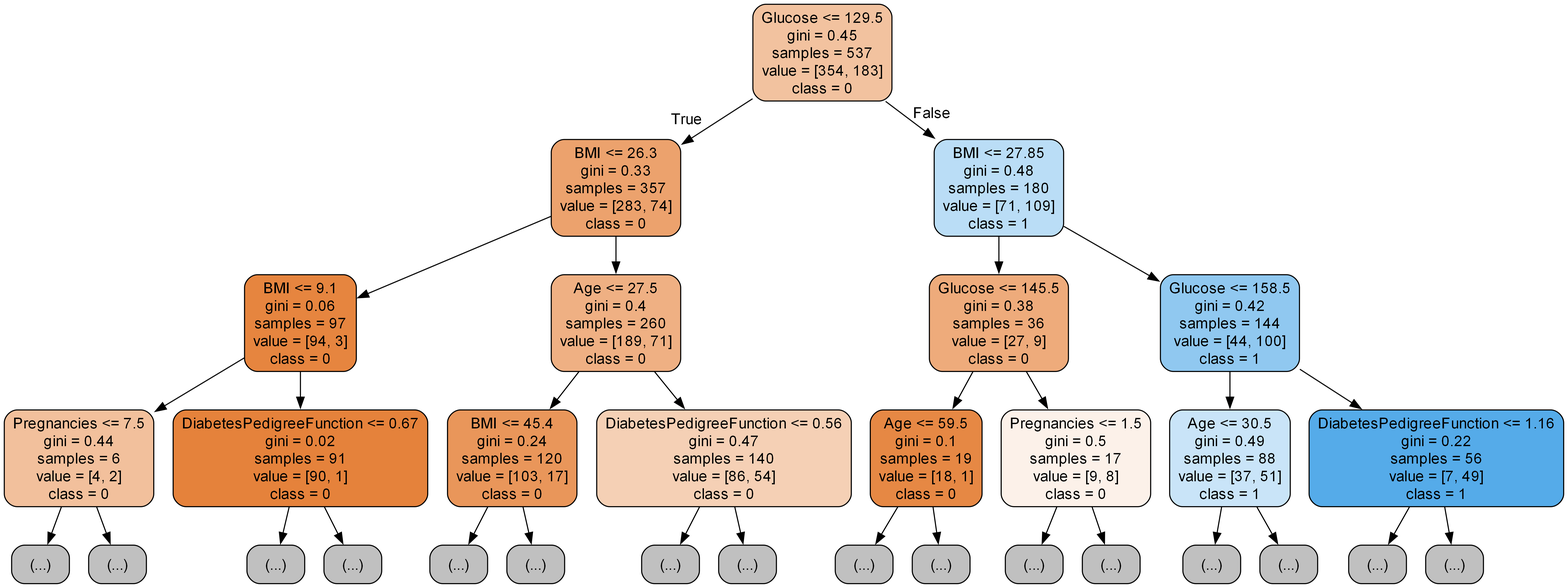
Earlier version of the Graphviz export posts/DX/04. 머신러닝/tree.png (gangcheol/mysite2). Its source is kept beside it as posts/DX/04. 머신러닝/tree.dot. Source of this version:
```dot
digraph Tree {
node [shape=box, style="filled, rounded", color="black", fontname="helvetica"] ;
edge [fontname="helvetica"] ;
0 [label="Glucose <= 129.5\ngini = 0.45\nsamples = 537\nvalue = [354, 183]\nclass = 0", fillcolor="#f2c29f"] ;
1 [label="BMI <= 26.3\ngini = 0.33\nsamples = 357\nvalue = [283, 74]\nclass = 0", fillcolor="#eca26d"] ;
0 -> 1 [labeldistance=2.5, labelangle=45, headlabel="True"] ;
2 [label="BMI <= 9.1\ngini = 0.06\nsamples = 97\nvalue = [94, 3]\nclass = 0", fillcolor="#e6853f"] ;
1 -> 2 ;
3 [label="Pregnancies <= 7.5\ngini = 0.44\nsamples = 6\nvalue = [4, 2]\nclass = 0", fillcolor="#f2c09c"] ;
2 -> 3 ;
4 [label="(...)", fillcolor="#C0C0C0"] ;
3 -> 4 ;
5 [label="(...)", fillcolor="#C0C0C0"] ;
3 -> 5 ;
6 [label="DiabetesPedigreeFunction <= 0.67\ngini = 0.02\nsamples = 91\nvalue = [90, 1]\nclass = 0", fillcolor="#e5823b"] ;
2 -> 6 ;
7 [label="(...)", fillcolor="#C0C0C0"] ;
6 -> 7 ;
8 [label="(...)", fillcolor="#C0C0C0"] ;
6 -> 8 ;
11 [label="Age <= 27.5\ngini = 0.4\nsamples = 260\nvalue = [189, 71]\nclass = 0", fillcolor="#efb083"] ;
1 -> 11 ;
12 [label="BMI <= 45.4\ngini = 0.24\nsamples = 120\nvalue = [103, 17]\nclass = 0", fillcolor="#e9965a"] ;
11 -> 12 ;
13 [label="(...)", fillcolor="#C0C0C0"] ;
12 -> 13 ;
48 [label="(...)", fillcolor="#C0C0C0"] ;
12 -> 48 ;
51 [label="DiabetesPedigreeFunction <= 0.56\ngini = 0.47\nsamples = 140\nvalue = [86, 54]\nclass = 0", fillcolor="#f5d0b5"] ;
11 -> 51 ;
52 [label="(...)", fillcolor="#C0C0C0"] ;
51 -> 52 ;
87 [label="(...)", fillcolor="#C0C0C0"] ;
51 -> 87 ;
102 [label="BMI <= 27.85\ngini = 0.48\nsamples = 180\nvalue = [71, 109]\nclass = 1", fillcolor="#baddf6"] ;
0 -> 102 [labeldistance=2.5, labelangle=-45, headlabel="False"] ;
103 [label="Glucose <= 145.5\ngini = 0.38\nsamples = 36\nvalue = [27, 9]\nclass = 0", fillcolor="#eeab7b"] ;
102 -> 103 ;
104 [label="Age <= 59.5\ngini = 0.1\nsamples = 19\nvalue = [18, 1]\nclass = 0", fillcolor="#e68844"] ;
103 -> 104 ;
105 [label="(...)", fillcolor="#C0C0C0"] ;
104 -> 105 ;
106 [label="(...)", fillcolor="#C0C0C0"] ;
104 -> 106 ;
109 [label="Pregnancies <= 1.5\ngini = 0.5\nsamples = 17\nvalue = [9, 8]\nclass = 0", fillcolor="#fcf1e9"] ;
103 -> 109 ;
110 [label="(...)", fillcolor="#C0C0C0"] ;
109 -> 110 ;
111 [label="(...)", fillcolor="#C0C0C0"] ;
109 -> 111 ;
118 [label="Glucose <= 158.5\ngini = 0.42\nsamples = 144\nvalue = [44, 100]\nclass = 1", fillcolor="#90c8f0"] ;
102 -> 118 ;
119 [label="Age <= 30.5\ngini = 0.49\nsamples = 88\nvalue = [37, 51]\nclass = 1", fillcolor="#c9e4f8"] ;
118 -> 119 ;
120 [label="(...)", fillcolor="#C0C0C0"] ;
119 -> 120 ;
145 [label="(...)", fillcolor="#C0C0C0"] ;
119 -> 145 ;
172 [label="DiabetesPedigreeFunction <= 1.16\ngini = 0.22\nsamples = 56\nvalue = [7, 49]\nclass = 1", fillcolor="#55abe9"] ;
118 -> 172 ;
173 [label="(...)", fillcolor="#C0C0C0"] ;
172 -> 173 ;
188 [label="(...)", fillcolor="#C0C0C0"] ;
172 -> 188 ;
}
```
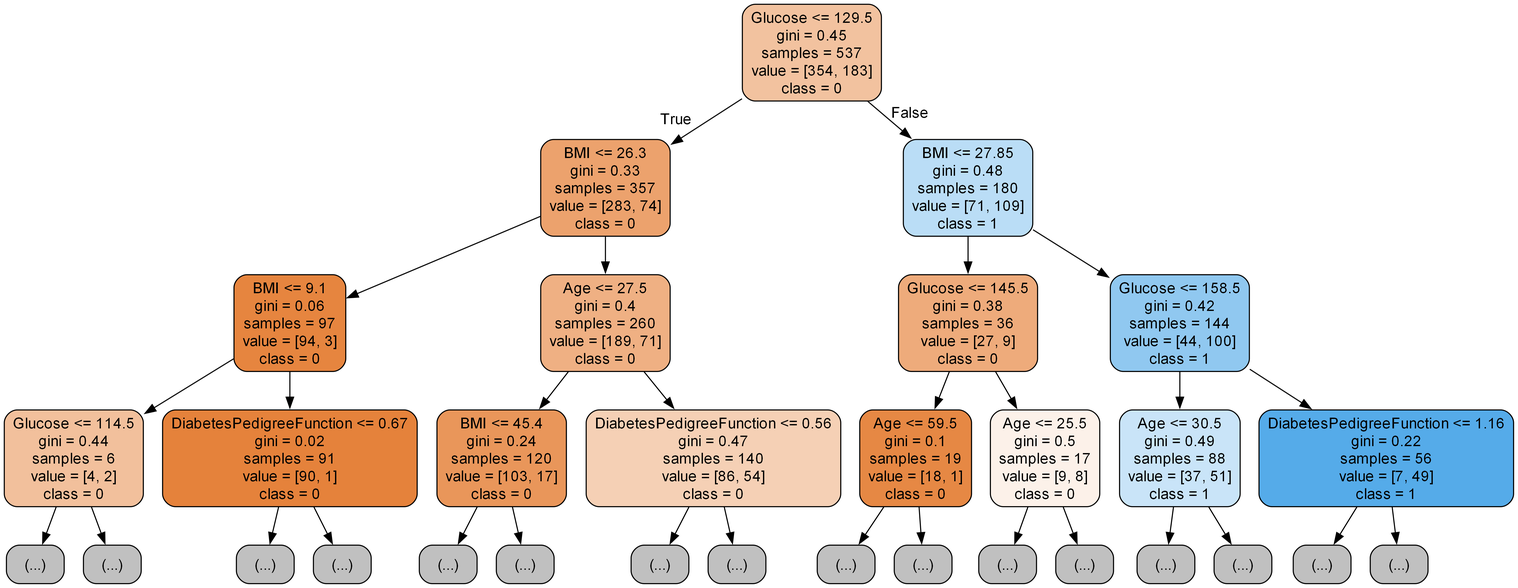
After the change.

Diff of the diagram source:
```diff
@@ -6,7 +6,7 @@
 0 -> 1 [labeldistance=2.5, labelangle=45, headlabel="True"] ;
 2 [label="BMI <= 9.1\ngini = 0.06\nsamples = 97\nvalue = [94, 3]\nclass = 0", fillcolor="#e6853f"] ;
 1 -> 2 ;
-3 [label="Pregnancies <= 7.5\ngini = 0.44\nsamples = 6\nvalue = [4, 2]\nclass = 0", fillcolor="#f2c09c"] ;
+3 [label="Glucose <= 114.5\ngini = 0.44\nsamples = 6\nvalue = [4, 2]\nclass = 0", fillcolor="#f2c09c"] ;
 2 -> 3 ;
 4 [label="(...)", fillcolor="#C0C0C0"] ;
 3 -> 4 ;
@@ -42,22 +42,22 @@
 104 -> 105 ;
 106 [label="(...)", fillcolor="#C0C0C0"] ;
 104 -> 106 ;
-109 [label="Pregnancies <= 1.5\ngini = 0.5\nsamples = 17\nvalue = [9, 8]\nclass = 0", fillcolor="#fcf1e9"] ;
+109 [label="Age <= 25.5\ngini = 0.5\nsamples = 17\nvalue = [9, 8]\nclass = 0", fillcolor="#fcf1e9"] ;
 103 -> 109 ;
 110 [label="(...)", fillcolor="#C0C0C0"] ;
 109 -> 110 ;
 111 [label="(...)", fillcolor="#C0C0C0"] ;
 109 -> 111 ;
-118 [label="Glucose <= 158.5\ngini = 0.42\nsamples = 144\nvalue = [44, 100]\nclass = 1", fillcolor="#90c8f0"] ;
-102 -> 118 ;
-119 [label="Age <= 30.5\ngini = 0.49\nsamples = 88\nvalue = [37, 51]\nclass = 1", fillcolor="#c9e4f8"] ;
-118 -> 119 ;
-120 [label="(...)", fillcolor="#C0C0C0"] ;
-119 -> 120 ;
-145 [label="(...)", fillcolor="#C0C0C0"] ;
-119 -> 145 ;
+120 [label="Glucose <= 158.5\ngini = 0.42\nsamples = 144\nvalue = [44, 100]\nclass = 1", fillcolor="#90c8f0"] ;
+102 -> 120 ;
+121 [label="Age <= 30.5\ngini = 0.49\nsamples = 88\nvalue = [37, 51]\nclass = 1", fillcolor="#c9e4f8"] ;
+120 -> 121 ;
+122 [label="(...)", fillcolor="#C0C0C0"] ;
+121 -> 122 ;
+147 [label="(...)", fillcolor="#C0C0C0"] ;
+121 -> 147 ;
 172 [label="DiabetesPedigreeFunction <= 1.16\ngini = 0.22\nsamples = 56\nvalue = [7, 49]\nclass = 1", fillcolor="#55abe9"] ;
-118 -> 172 ;
+120 -> 172 ;
 173 [label="(...)", fillcolor="#C0C0C0"] ;
 172 -> 173 ;
 188 [label="(...)", fillcolor="#C0C0C0"] ;
```
